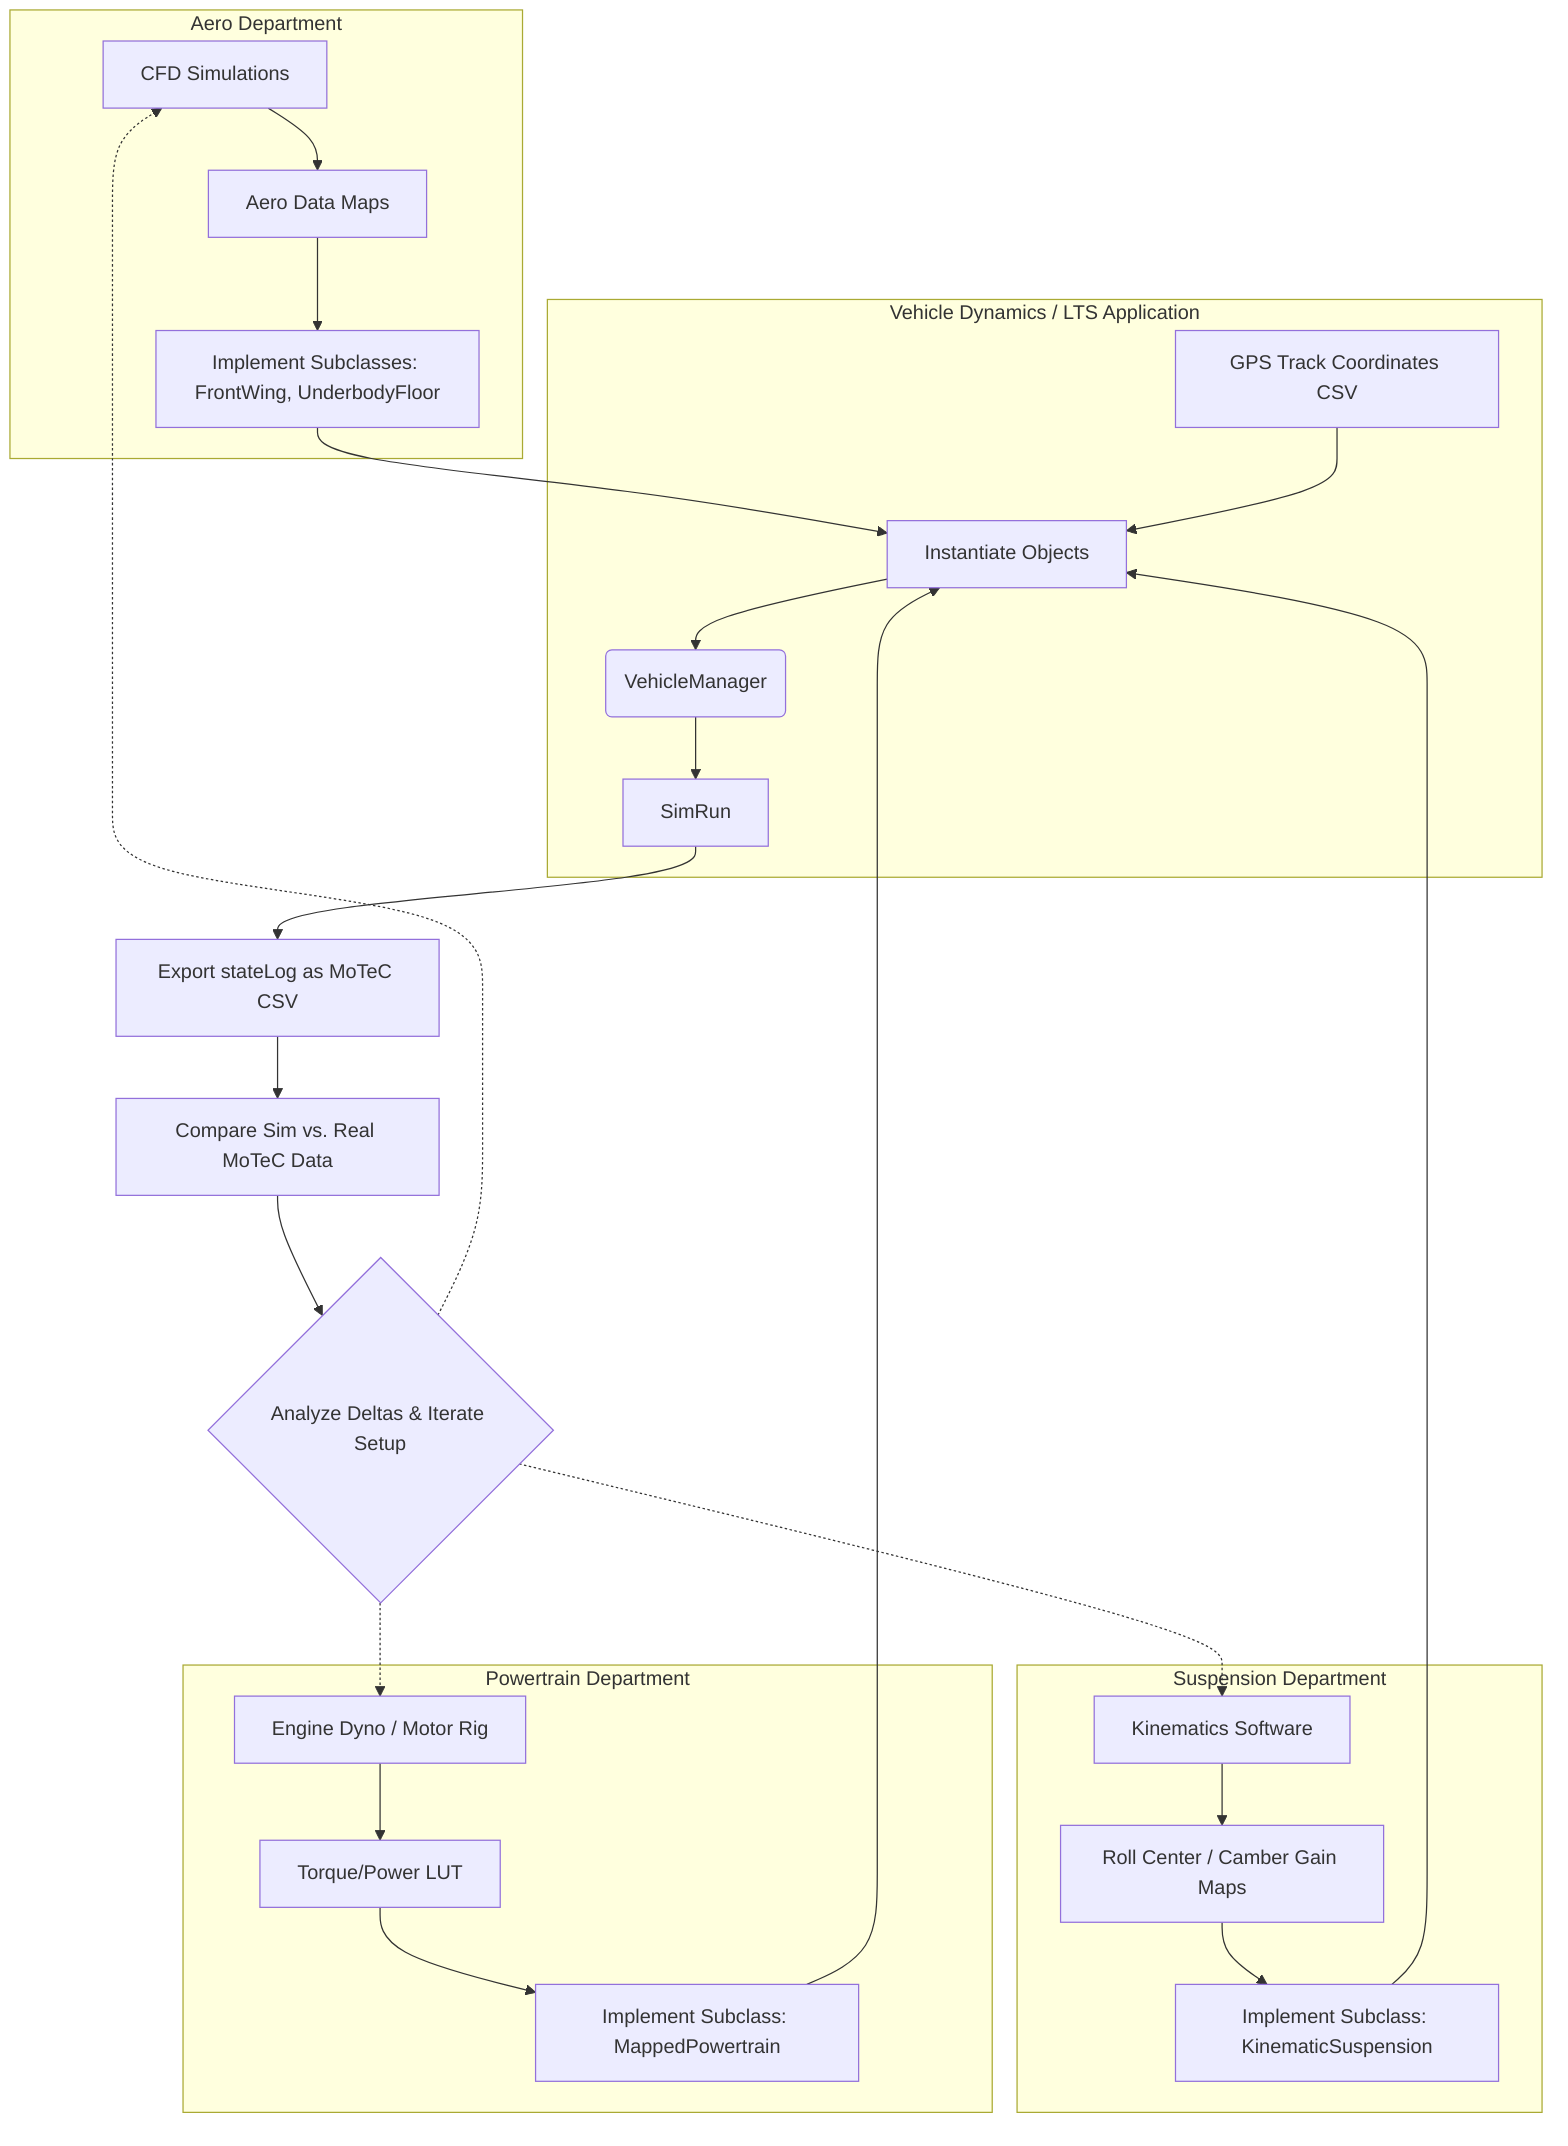
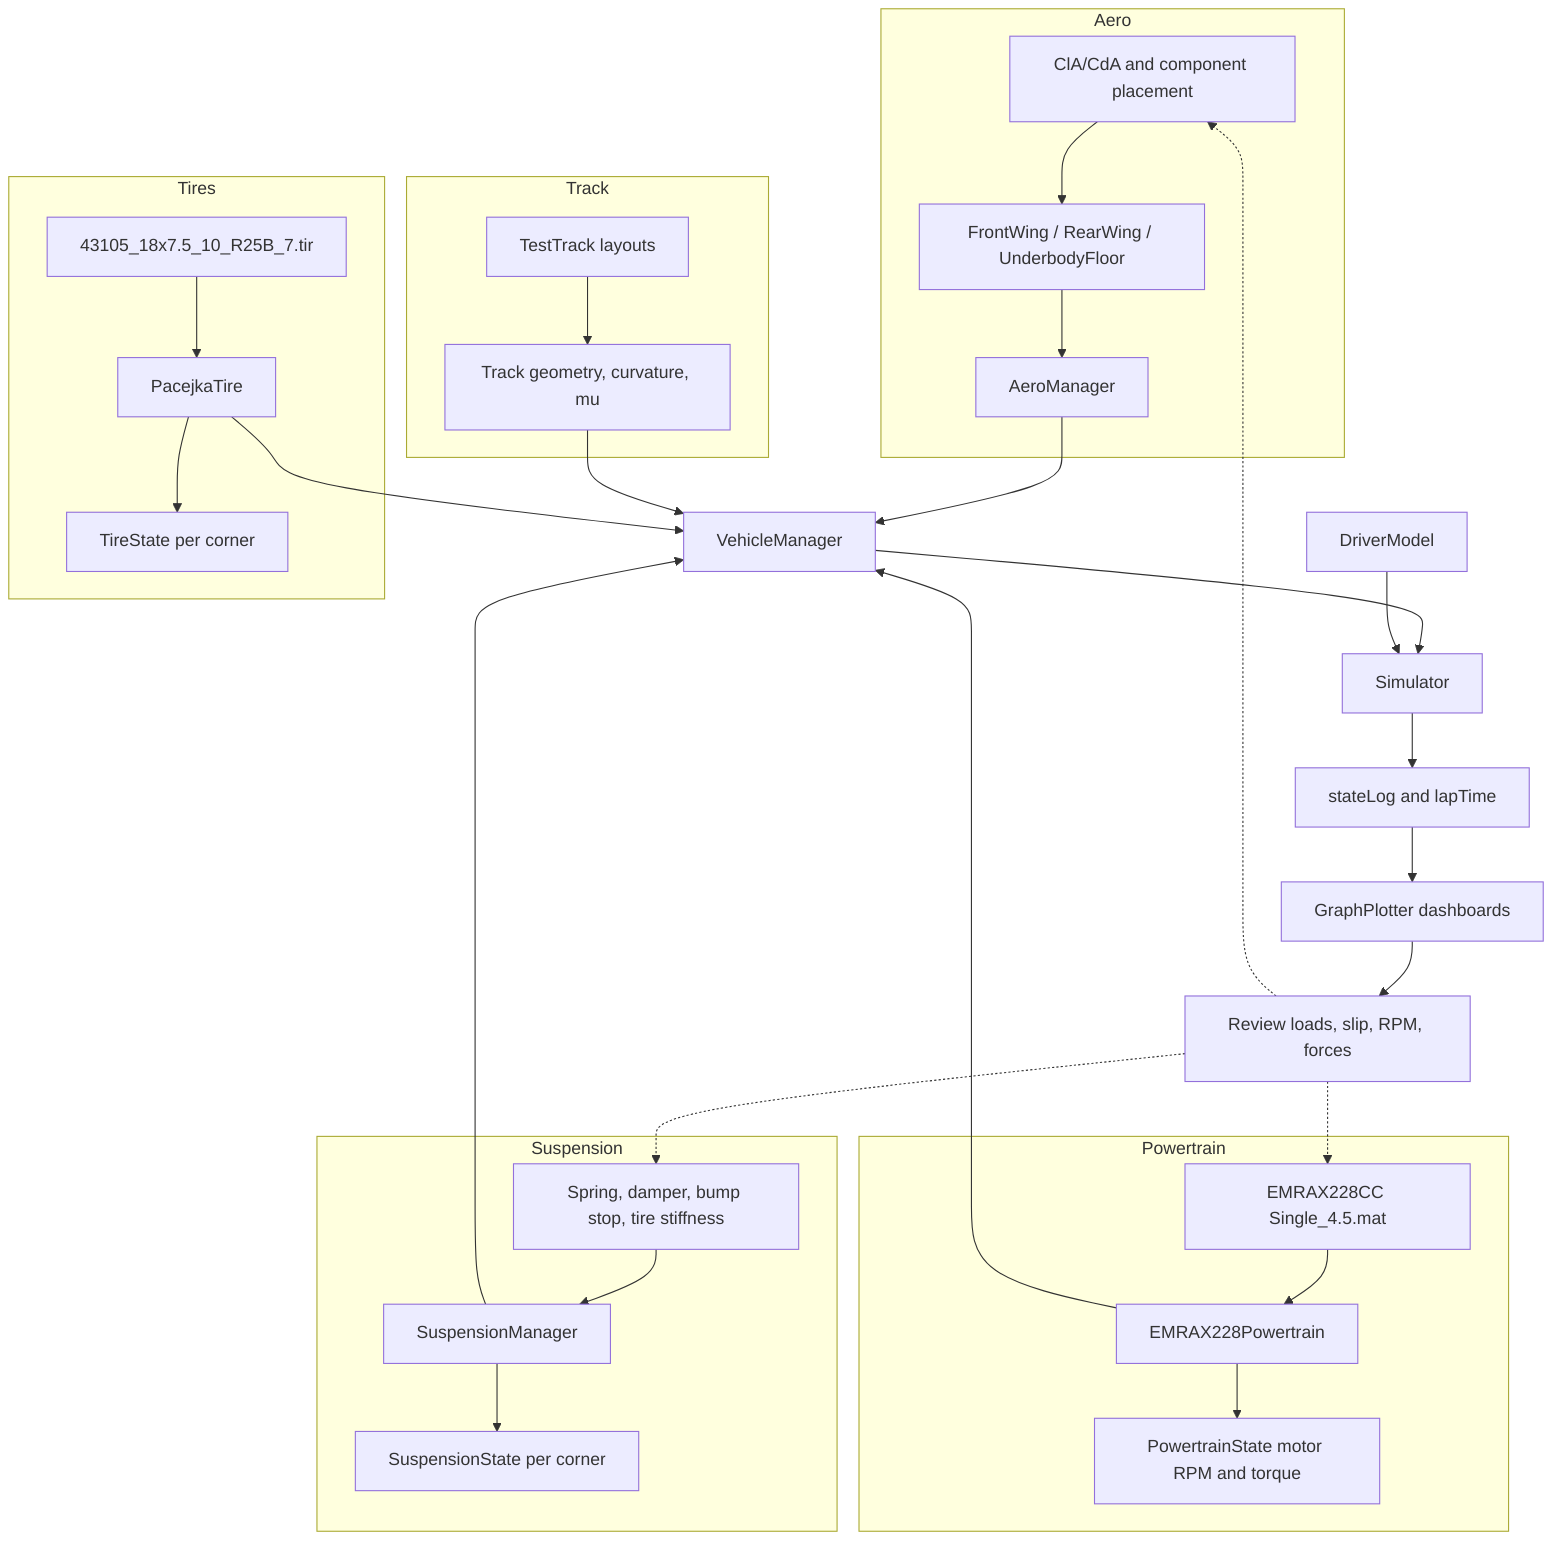
graph TD
-     subgraph "Aero Department"
-         CFD[CFD Simulations] --> AeroMap[Aero Data Maps]
-         AeroMap --> ImplAero[Implement Subclasses: FrontWing, UnderbodyFloor]
+     subgraph "Aero"
+         AeroInputs[ClA/CdA and component placement] --> AeroClasses[FrontWing / RearWing / UnderbodyFloor]
+         AeroClasses --> AeroManager[AeroManager]
    end

-     subgraph "Suspension Department"
-         Kinematics[Kinematics Software] --> KineMap[Roll Center / Camber Gain Maps]
-         KineMap --> ImplSusp[Implement Subclass: KinematicSuspension]
+     subgraph "Suspension"
+         SuspSetup[Spring, damper, bump stop, tire stiffness] --> SuspManager[SuspensionManager]
+         SuspManager --> SuspState[SuspensionState per corner]
    end

-     subgraph "Powertrain Department"
-         Dyno[Engine Dyno / Motor Rig] --> TorqueMap[Torque/Power LUT]
-         TorqueMap --> ImplPT[Implement Subclass: MappedPowertrain]
+     subgraph "Powertrain"
+         EMRAXMap[EMRAX228CC Single_4.5.mat] --> EMRAX[EMRAX228Powertrain]
+         EMRAX --> PTState[PowertrainState motor RPM and torque]
    end

-     subgraph "Vehicle Dynamics / LTS Application"
-         ImplAero --> Build[Instantiate Objects]
-         ImplSusp --> Build
-         ImplPT --> Build
-         TrackData[GPS Track Coordinates CSV] --> Build
-         Build --> VehManager(VehicleManager)
-         VehManager --> SimRun
+     subgraph "Tires"
+         TireFile[43105_18x7.5_10_R25B_7.tir] --> Pacejka[PacejkaTire]
+         Pacejka --> TireState[TireState per corner]
    end

-     SimRun --> Telemetry[Export stateLog as MoTeC CSV]
-     Telemetry --> Compare[Compare Sim vs. Real MoTeC Data]
-     Compare --> Iter{Analyze Deltas & Iterate Setup}
+     subgraph "Track"
+         TestLayouts[TestTrack layouts] --> TrackObj[Track geometry, curvature, mu]
+     end

-     Iter -.-> CFD
-     Iter -.-> Kinematics
-     Iter -.-> Dyno+     AeroManager --> Vehicle[VehicleManager]
+     SuspManager --> Vehicle
+     EMRAX --> Vehicle
+     Pacejka --> Vehicle
+     TrackObj --> Vehicle
+     Vehicle --> Simulator[Simulator]
+     Driver[DriverModel] --> Simulator
+     Simulator --> Log[stateLog and lapTime]
+     Log --> Plots[GraphPlotter dashboards]
+     Plots --> Review[Review loads, slip, RPM, forces]
+     Review -.-> AeroInputs
+     Review -.-> SuspSetup
+     Review -.-> EMRAXMap
